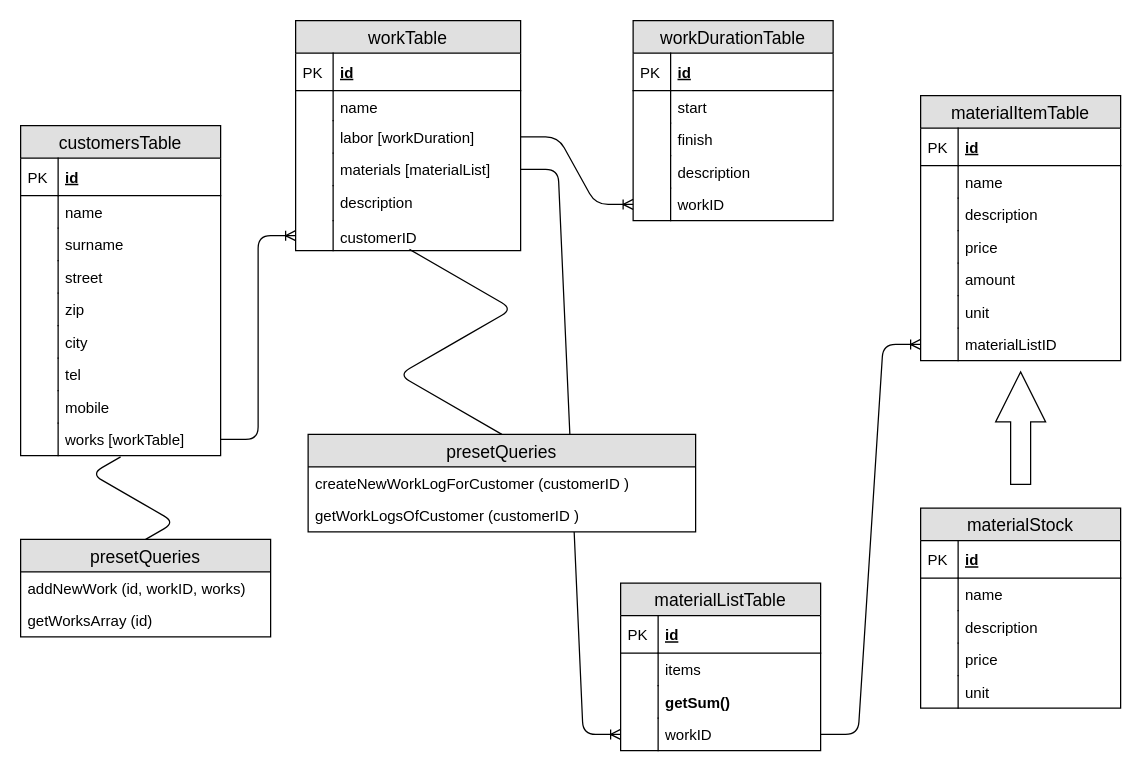
Above: src/db/models/diagram.drawio in softberry/timemanager (draw.io), before the change. Source tidied: cells renumbered, new cells numbered last; positions are measured from the earlier drawing's top-left corner, leaving out a move shared by most shapes. Both pictures are drawn from the tidied source at 125%, with x=0, y=0 at pixel (20, 20).
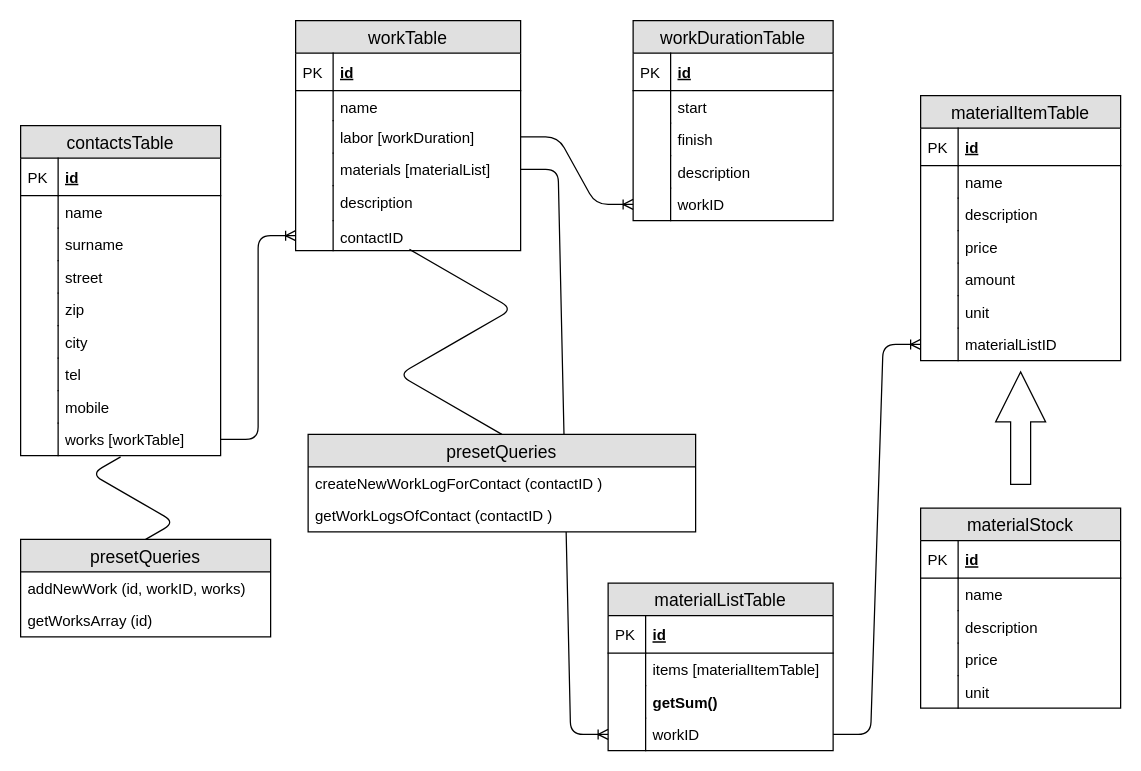
The same page after the edit.

Unchanged cells that the change refers to:
```xml
<mxCell id="2" value="workTable" style="swimlane;fontStyle=0;horizontal=1;startSize=26;fillColor=#e0e0e0;swimlaneFillColor=#ffffff;align=center;fontSize=14;rounded=0;" parent="1" vertex="1">
  <mxGeometry x="220" width="180" height="184" as="geometry" />
</mxCell>
<mxCell id="66" style="group;" parent="1" vertex="1">
  <mxGeometry y="84" width="200" height="370" as="geometry" />
</mxCell>
<mxCell id="90" value="presetQueries" style="swimlane;fontStyle=0;horizontal=1;startSize=26;fillColor=#e0e0e0;swimlaneFillColor=#ffffff;align=center;fontSize=14;" parent="1" vertex="1">
  <mxGeometry x="230" y="331" width="310" height="78" as="geometry" />
</mxCell>
```

Diff of the diagram source:
```diff
@@
-    <mxCell id="13" value="customerID" style="shape=partialRectangle;top=0;left=0;right=0;bottom=0;align=left;verticalAlign=top;fillColor=none;spacingLeft=34;spacingRight=4;overflow=hidden;points=[[0,0.5],[1,0.5]];portConstraint=eastwest;fontSize=12;" parent="2" vertex="1">
+    <mxCell id="13" value="contactID" style="shape=partialRectangle;top=0;left=0;right=0;bottom=0;align=left;verticalAlign=top;fillColor=none;spacingLeft=34;spacingRight=4;overflow=hidden;points=[[0,0.5],[1,0.5]];portConstraint=eastwest;fontSize=12;" parent="2" vertex="1">
       <mxGeometry y="160" width="180" height="24" as="geometry" />
     </mxCell>
@@
     <mxCell id="26" value="materialListTable" style="swimlane;fontStyle=0;horizontal=1;startSize=26;fillColor=#e0e0e0;swimlaneFillColor=#ffffff;align=center;fontSize=14;rounded=0;" parent="1" vertex="1">
-      <mxGeometry x="480" y="450" width="160" height="134" as="geometry" />
+      <mxGeometry x="470" y="450" width="180" height="134" as="geometry" />
     </mxCell>
     <mxCell id="27" value="id" style="shape=partialRectangle;top=0;left=0;right=0;bottom=1;align=left;verticalAlign=middle;fillColor=none;spacingLeft=34;spacingRight=4;overflow=hidden;fontStyle=5;fontSize=12;" parent="26" vertex="1">
-      <mxGeometry y="26" width="160" height="30" as="geometry" />
+      <mxGeometry y="26" width="180" height="30" as="geometry" />
     </mxCell>
@@
-    <mxCell id="29" value="items" style="shape=partialRectangle;top=0;left=0;right=0;bottom=0;align=left;verticalAlign=top;fillColor=none;spacingLeft=34;spacingRight=4;overflow=hidden;fontSize=12;" parent="26" vertex="1">
-      <mxGeometry y="56" width="160" height="26" as="geometry" />
+    <mxCell id="29" value="items [materialItemTable]" style="shape=partialRectangle;top=0;left=0;right=0;bottom=0;align=left;verticalAlign=top;fillColor=none;spacingLeft=34;spacingRight=4;overflow=hidden;fontSize=12;" parent="26" vertex="1">
+      <mxGeometry y="56" width="180" height="26" as="geometry" />
     </mxCell>
@@
     <mxCell id="31" value="getSum()" style="shape=partialRectangle;top=0;left=0;right=0;bottom=0;align=left;verticalAlign=top;fillColor=none;spacingLeft=34;spacingRight=4;overflow=hidden;fontSize=12;fontStyle=1;" parent="26" vertex="1">
-      <mxGeometry y="82" width="160" height="26" as="geometry" />
+      <mxGeometry y="82" width="180" height="26" as="geometry" />
     </mxCell>
@@
     <mxCell id="33" value="workID" style="shape=partialRectangle;top=0;left=0;right=0;bottom=0;align=left;verticalAlign=top;fillColor=none;spacingLeft=34;spacingRight=4;overflow=hidden;points=[[0,0.5],[1,0.5]];portConstraint=eastwest;fontSize=12;" parent="26" vertex="1">
-      <mxGeometry y="108" width="160" height="26" as="geometry" />
+      <mxGeometry y="108" width="180" height="26" as="geometry" />
     </mxCell>
@@
-    <mxCell id="67" value="customersTable" style="swimlane;fontStyle=0;horizontal=1;startSize=26;fillColor=#e0e0e0;swimlaneFillColor=#ffffff;align=center;fontSize=14;rounded=0;" parent="66" vertex="1">
+    <mxCell id="67" value="contactsTable" style="swimlane;fontStyle=0;horizontal=1;startSize=26;fillColor=#e0e0e0;swimlaneFillColor=#ffffff;align=center;fontSize=14;rounded=0;" parent="66" vertex="1">
       <mxGeometry width="160" height="264" as="geometry" />
     </mxCell>
@@
-    <mxCell id="91" value="createNewWorkLogForCustomer (customerID )" style="text;strokeColor=none;fillColor=none;spacingLeft=4;spacingRight=4;overflow=hidden;fontSize=12;" parent="90" vertex="1">
+    <mxCell id="91" value="createNewWorkLogForContact (contactID )" style="text;strokeColor=none;fillColor=none;spacingLeft=4;spacingRight=4;overflow=hidden;fontSize=12;" parent="90" vertex="1">
       <mxGeometry y="26" width="310" height="26" as="geometry" />
     </mxCell>
-    <mxCell id="92" value="getWorkLogsOfCustomer (customerID )" style="text;strokeColor=none;fillColor=none;spacingLeft=4;spacingRight=4;overflow=hidden;fontSize=12;" parent="90" vertex="1">
+    <mxCell id="92" value="getWorkLogsOfContact (contactID )" style="text;strokeColor=none;fillColor=none;spacingLeft=4;spacingRight=4;overflow=hidden;fontSize=12;" parent="90" vertex="1">
       <mxGeometry y="52" width="310" height="26" as="geometry" />
     </mxCell>
```
